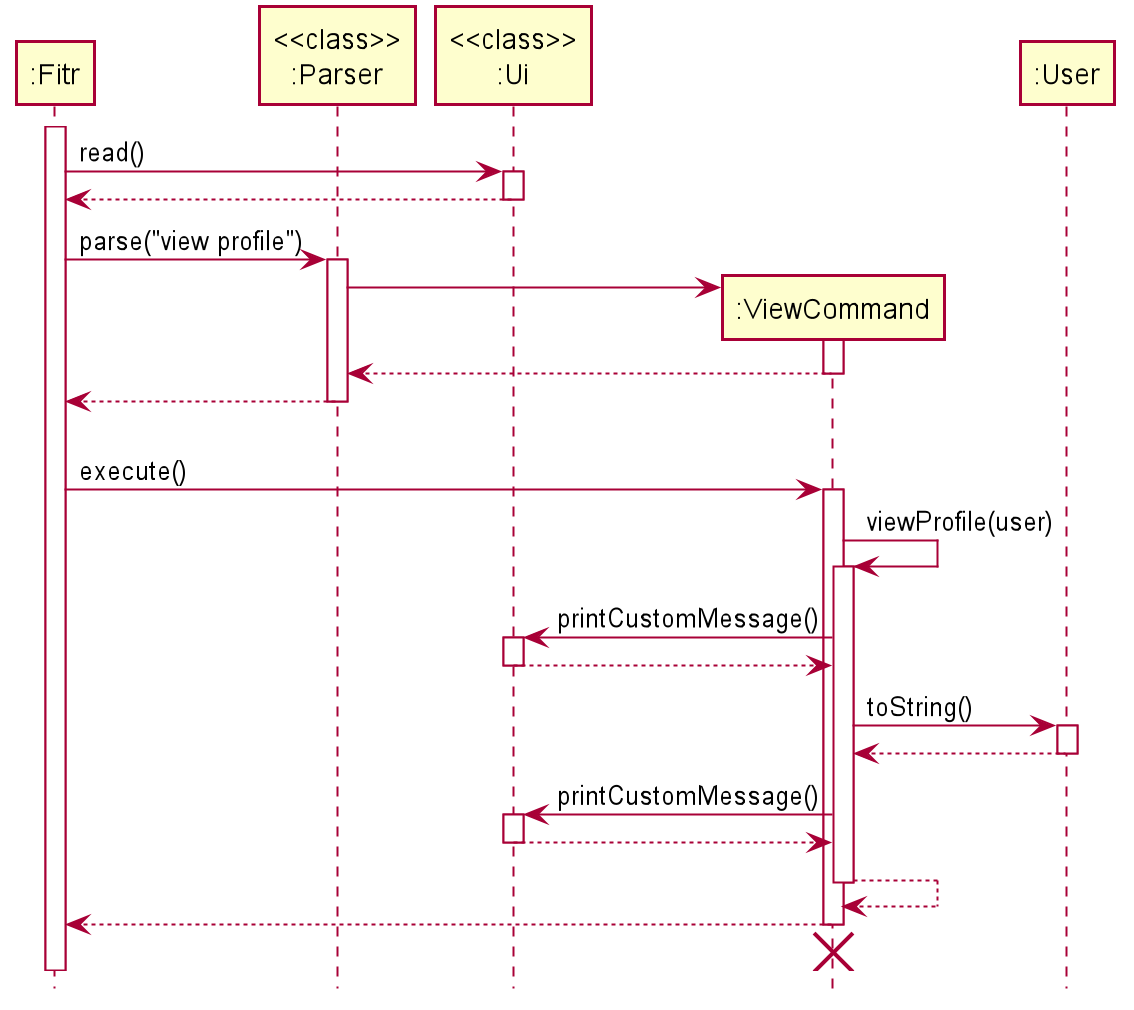
The PlantUML diagram docs/images/ViewProfileSequenceDiagram.png in nus-cs2113-AY2021S1/tp, before a commit. The source it was exported from:
```plantuml
@startuml
skinparam Shadowing false

participant ":Fitr"
participant "<<class>>\n:Parser"

activate ":Fitr"
":Fitr" -> "<<class>>\n:Ui" : read()
activate "<<class>>\n:Ui"
return
":Fitr" -> "<<class>>\n:Parser" ++ : parse("view profile")

create ":ViewCommand"
"<<class>>\n:Parser" -> ":ViewCommand" ++
return

return

"<<class>>\n:Parser" -[hidden]-> ":ViewCommand"

":Fitr"->":ViewCommand" : execute()
activate ":ViewCommand"

":ViewCommand" -> ":ViewCommand" ++ : viewProfile(user)
":ViewCommand" -> "<<class>>\n:Ui" : printCustomMessage()
activate "<<class>>\n:Ui"
return

":ViewCommand" -> ":User" : toString()
activate ":User"
return

":ViewCommand" -> "<<class>>\n:Ui" : printCustomMessage()
activate "<<class>>\n:Ui"
return

return
return

":Fitr" -[hidden]-> ":ViewCommand"
destroy ":ViewCommand"



hide footbox
@enduml
```
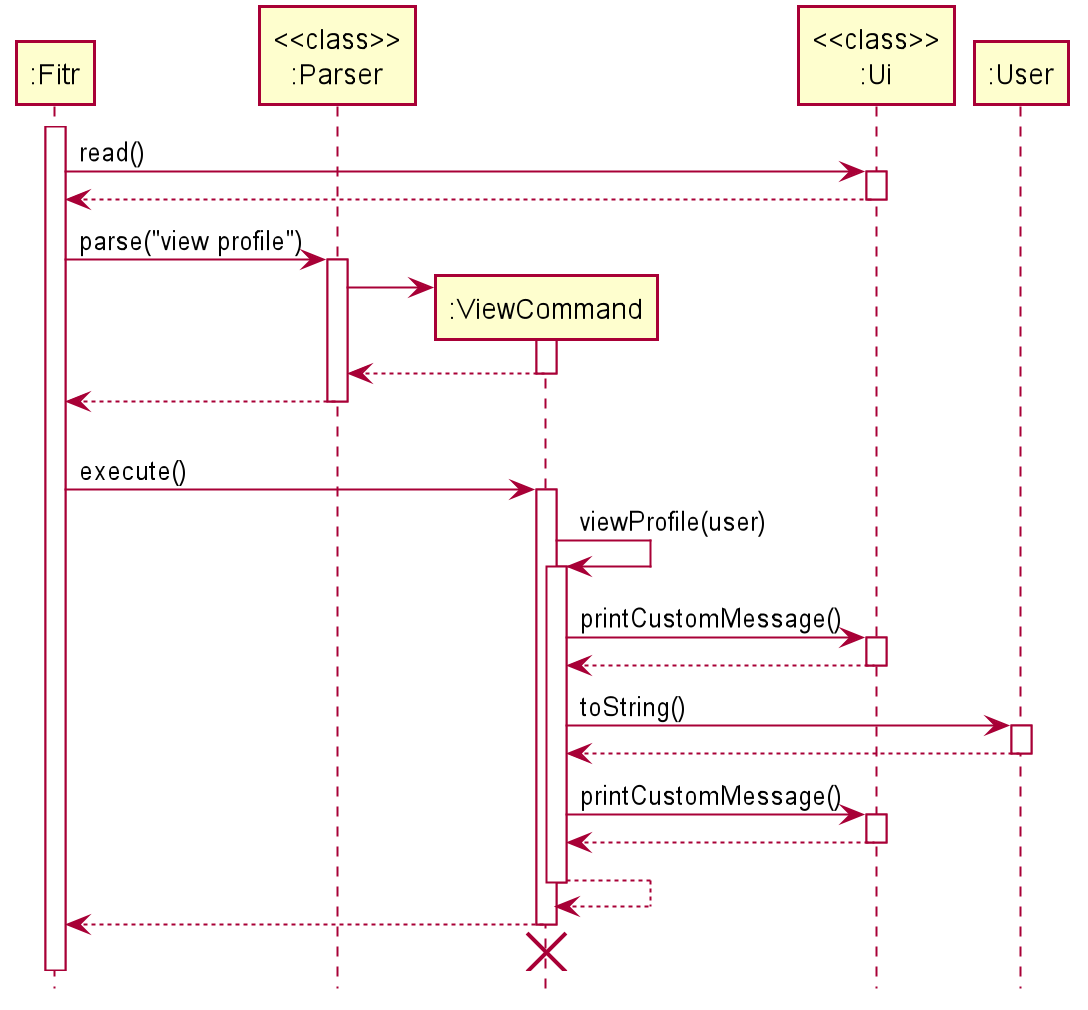
The same file after the commit.

Commit message:
Fix sequence diagram

Change to the diagram source:
```diff
@@ -3,6 +3,7 @@
 
 participant ":Fitr"
 participant "<<class>>\n:Parser"
+participant ":ViewCommand"
 
 activate ":Fitr"
 ":Fitr" -> "<<class>>\n:Ui" : read()
```
